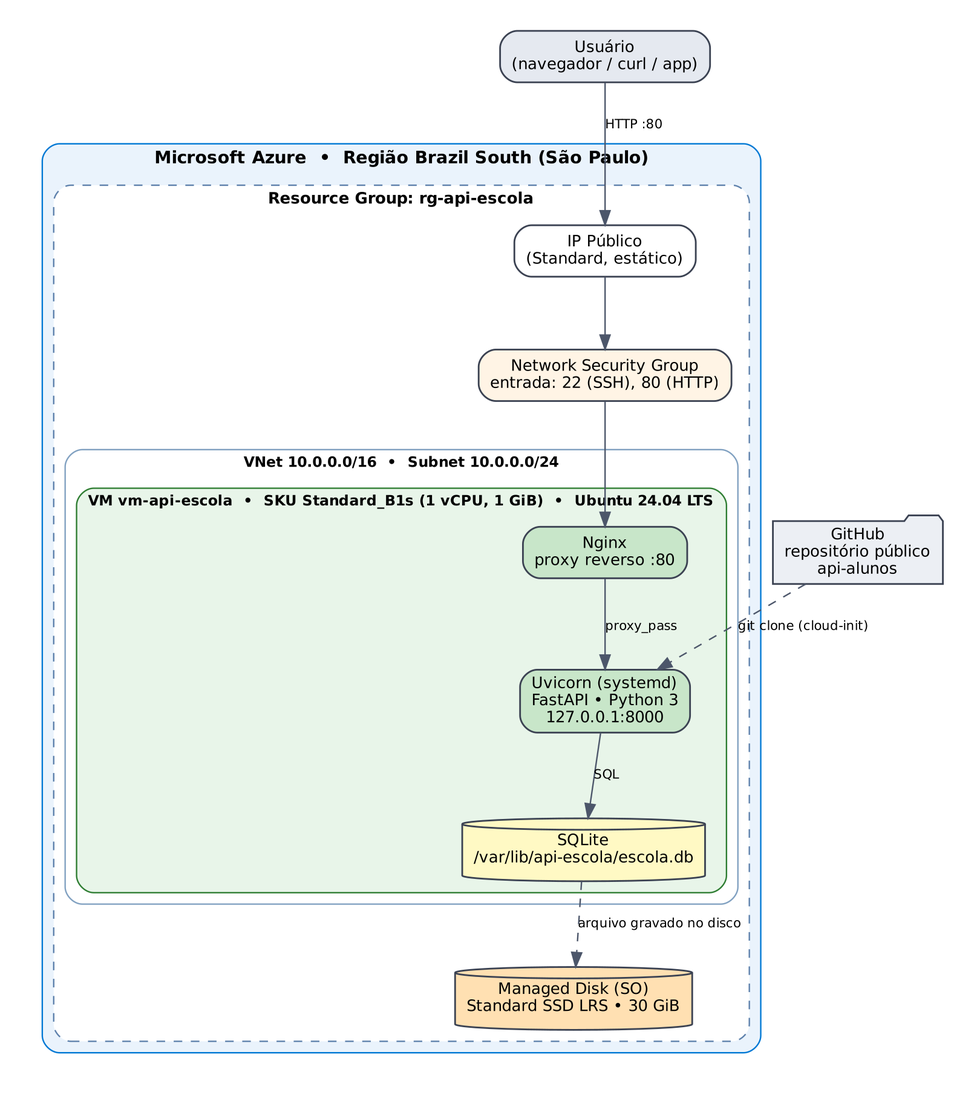
This is docs/diagramas/arquitetura_vertical.png from RenesFernandes7366/api-alunos, a Graphviz export, as it was before one commit. Its source is kept beside it as docs/diagramas/arquitetura_vertical.dot.
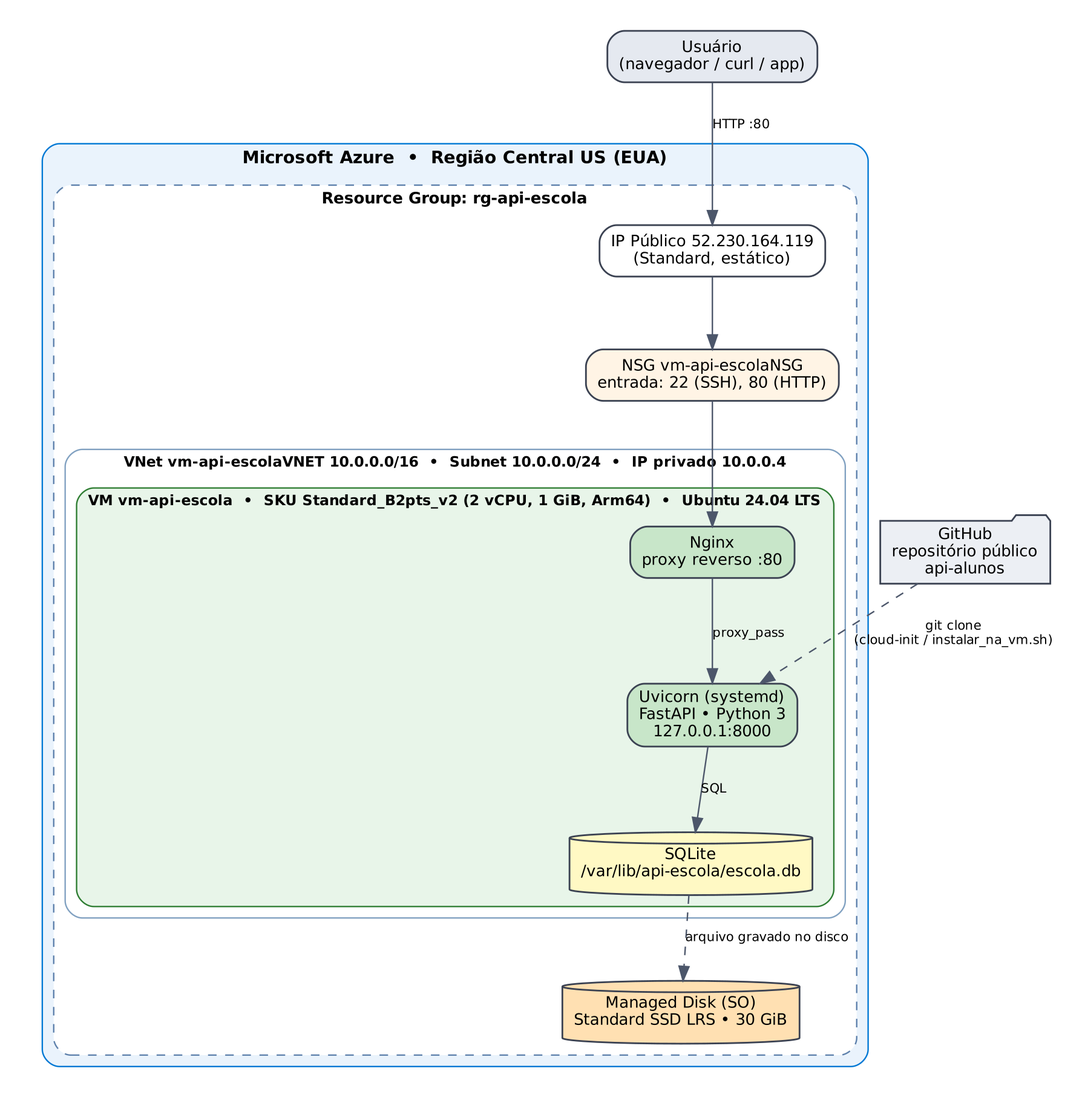
After the commit.

Commit message:
Atualiza documentação com o ambiente real na Azure (Central US, Standard_B2pts_v2)

What changed in the source:
```diff
@@ -4,12 +4,12 @@
   edge [fontname="DejaVu Sans" fontsize=9 color="#4c566a"];
   user [label="Usuário\n(navegador / curl / app)" fillcolor="#e5e9f0"];
   gh [label="GitHub\nrepositório público\napi-alunos" fillcolor="#eceff4" shape=folder];
-  subgraph cluster_az { label="Microsoft Azure  •  Região Brazil South (São Paulo)"; fontname="DejaVu Sans Bold"; fontsize=12; style="rounded,filled"; fillcolor="#eaf3fc"; color="#0078d4";
+  subgraph cluster_az { label="Microsoft Azure  •  Região Central US (EUA)"; fontname="DejaVu Sans Bold"; fontsize=12; style="rounded,filled"; fillcolor="#eaf3fc"; color="#0078d4";
     subgraph cluster_rg { label="Resource Group: rg-api-escola"; style="rounded,dashed"; fillcolor="#f5f9fe"; color="#5e81ac"; fontsize=11;
-      ip [label="IP Público\n(Standard, estático)" fillcolor="#ffffff"];
-      nsg [label="Network Security Group\nentrada: 22 (SSH), 80 (HTTP)" fillcolor="#fff4e5"];
-      subgraph cluster_vnet { label="VNet 10.0.0.0/16  •  Subnet 10.0.0.0/24"; style="rounded"; fillcolor="#ffffff"; color="#81a1c1"; fontsize=10;
-        subgraph cluster_vm { label="VM vm-api-escola  •  SKU Standard_B1s (1 vCPU, 1 GiB)  •  Ubuntu 24.04 LTS"; style="rounded,filled"; fillcolor="#e8f5e9"; color="#2e7d32"; fontsize=10;
+      ip [label="IP Público 52.230.164.119\n(Standard, estático)" fillcolor="#ffffff"];
+      nsg [label="NSG vm-api-escolaNSG\nentrada: 22 (SSH), 80 (HTTP)" fillcolor="#fff4e5"];
+      subgraph cluster_vnet { label="VNet vm-api-escolaVNET 10.0.0.0/16  •  Subnet 10.0.0.0/24  •  IP privado 10.0.0.4"; style="rounded"; fillcolor="#ffffff"; color="#81a1c1"; fontsize=10;
+        subgraph cluster_vm { label="VM vm-api-escola  •  SKU Standard_B2pts_v2 (2 vCPU, 1 GiB, Arm64)  •  Ubuntu 24.04 LTS"; style="rounded,filled"; fillcolor="#e8f5e9"; color="#2e7d32"; fontsize=10;
           nginx [label="Nginx\nproxy reverso :80" fillcolor="#c8e6c9"];
           uv [label="Uvicorn (systemd)\nFastAPI • Python 3\n127.0.0.1:8000" fillcolor="#c8e6c9"];
           db [label="SQLite\n/var/lib/api-escola/escola.db" shape=cylinder fillcolor="#fff9c4"];
@@ -23,5 +23,5 @@
   nginx -> uv [label="proxy_pass"];
   uv -> db [label="SQL"];
   db -> disk [style=dashed label="arquivo gravado no disco"];
-  gh -> uv [style=dashed label="git clone (cloud-init)"];
+  gh -> uv [style=dashed label="git clone\n(cloud-init / instalar_na_vm.sh)"];
 }
```
